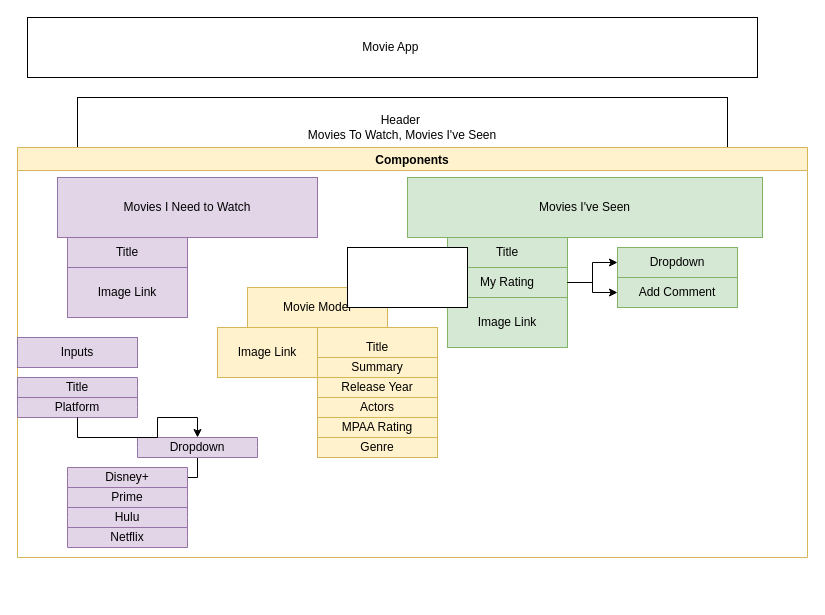
Kmillay/Movie-App keeps this draw.io diagram as Untitled Diagram.drawio. Above is the earlier version. Source tidied: cells renumbered, new cells numbered last; positions are measured from the earlier drawing's top-left corner, leaving out a move shared by most shapes. Both pictures are drawn from the tidied source at 100%, with x=0, y=0 at pixel (17, 17).
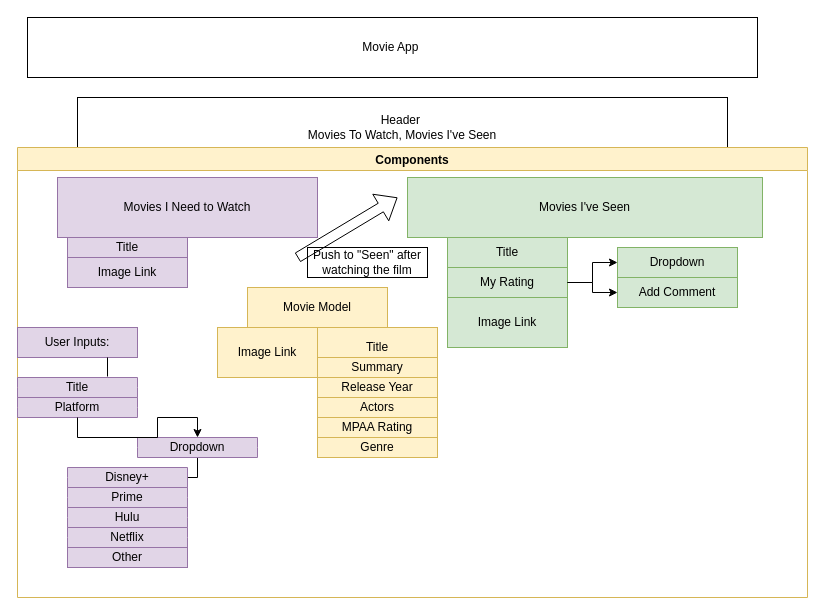
After the change.

Change to the diagram source:
```diff
@@
     <mxCell id="4" value="Components" style="swimlane;fillColor=#fff2cc;strokeColor=#d6b656;" parent="1" vertex="1">
-      <mxGeometry y="130" width="790" height="410" as="geometry" />
+      <mxGeometry y="130" width="790" height="450" as="geometry" />
     </mxCell>
@@
     <mxCell id="6" value="Title" style="rounded=0;whiteSpace=wrap;html=1;fillColor=#e1d5e7;strokeColor=#9673a6;" parent="4" vertex="1">
-      <mxGeometry x="50" y="90" width="120" height="30" as="geometry" />
+      <mxGeometry x="50" y="90" width="120" height="20" as="geometry" />
     </mxCell>
@@
     <mxCell id="18" value="Image Link" style="rounded=0;whiteSpace=wrap;html=1;fillColor=#e1d5e7;strokeColor=#9673a6;" parent="4" vertex="1">
-      <mxGeometry x="50" y="120" width="120" height="50" as="geometry" />
+      <mxGeometry x="50" y="110" width="120" height="30" as="geometry" />
     </mxCell>
@@
-    <mxCell id="20" value="Inputs" style="rounded=0;whiteSpace=wrap;html=1;fillColor=#e1d5e7;strokeColor=#9673a6;" parent="4" vertex="1">
-      <mxGeometry y="190" width="120" height="30" as="geometry" />
+    <mxCell id="20" value="User Inputs:" style="rounded=0;whiteSpace=wrap;html=1;fillColor=#e1d5e7;strokeColor=#9673a6;" parent="4" vertex="1">
+      <mxGeometry y="180" width="120" height="30" as="geometry" />
     </mxCell>
@@
-    <mxCell id="34" style="rounded=0;whiteSpace=wrap;html=1;" parent="1" vertex="1">
-      <mxGeometry x="330" y="230" width="120" height="60" as="geometry" />
+    <mxCell id="34" value="Push to &quot;Seen&quot; after watching the film" style="rounded=0;whiteSpace=wrap;html=1;" parent="4" vertex="1">
+      <mxGeometry x="290" y="100" width="120" height="30" as="geometry" />
     </mxCell>
+    <mxCell id="35" value="Other" style="rounded=0;whiteSpace=wrap;html=1;fillColor=#e1d5e7;strokeColor=#9673a6;" parent="4" vertex="1">
+      <mxGeometry x="50" y="400" width="120" height="20" as="geometry" />
+    </mxCell>
+    <mxCell id="36" style="shape=flexArrow;endArrow=classic;html=1;" parent="4" edge="1">
+      <mxGeometry relative="1" as="geometry">
+        <mxPoint x="280" y="110" as="sourcePoint" />
+        <mxPoint x="380" y="50" as="targetPoint" />
+      </mxGeometry>
+    </mxCell>
+    <mxCell id="37" style="endArrow=none;html=1;entryX=0.75;entryY=1;entryDx=0;entryDy=0;" parent="4" edge="1" target="20">
+      <mxGeometry relative="1" as="geometry">
+        <mxPoint x="90" y="229" as="sourcePoint" />
+      </mxGeometry>
+    </mxCell>
```
